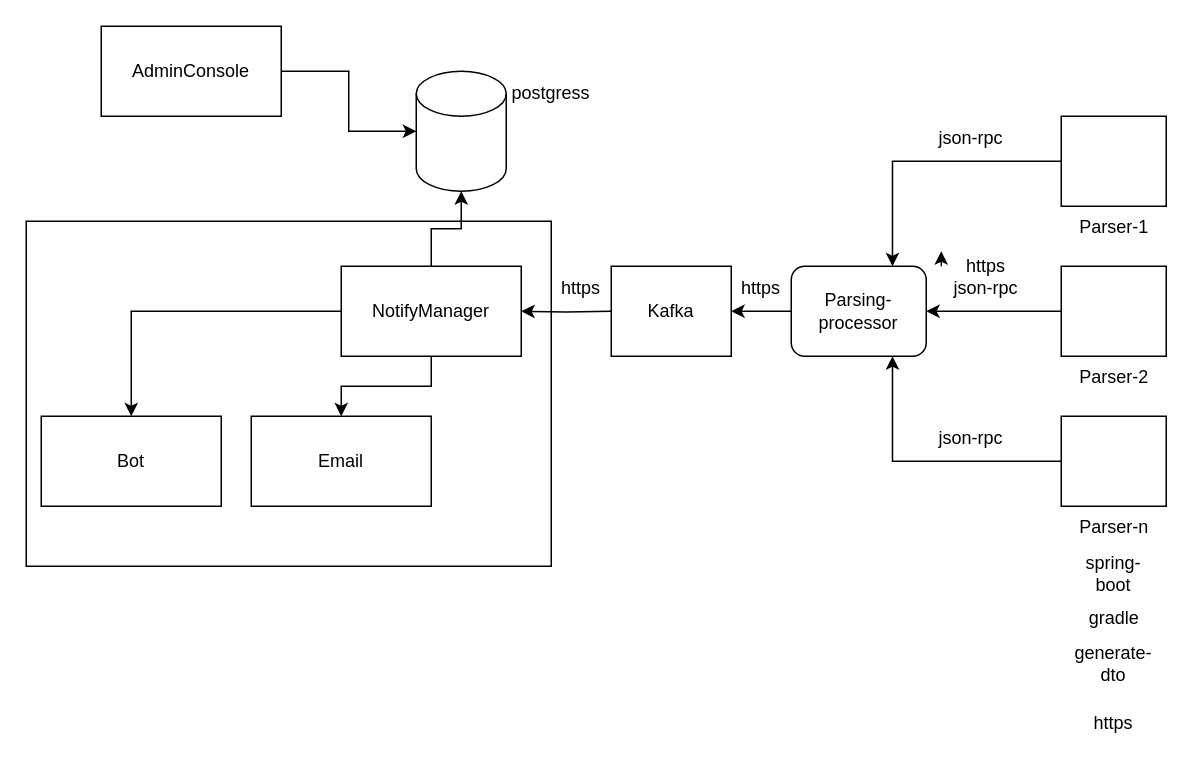
Before: details.drawio in VOsipenkov/Nuclear-bot-doc, a draw.io diagram. Source tidied: cells renumbered, new cells numbered last; positions are measured from the earlier drawing's top-left corner, leaving out a move shared by most shapes. Both pictures are drawn from the tidied source at 150%, with x=0, y=0 at pixel (26, 26).
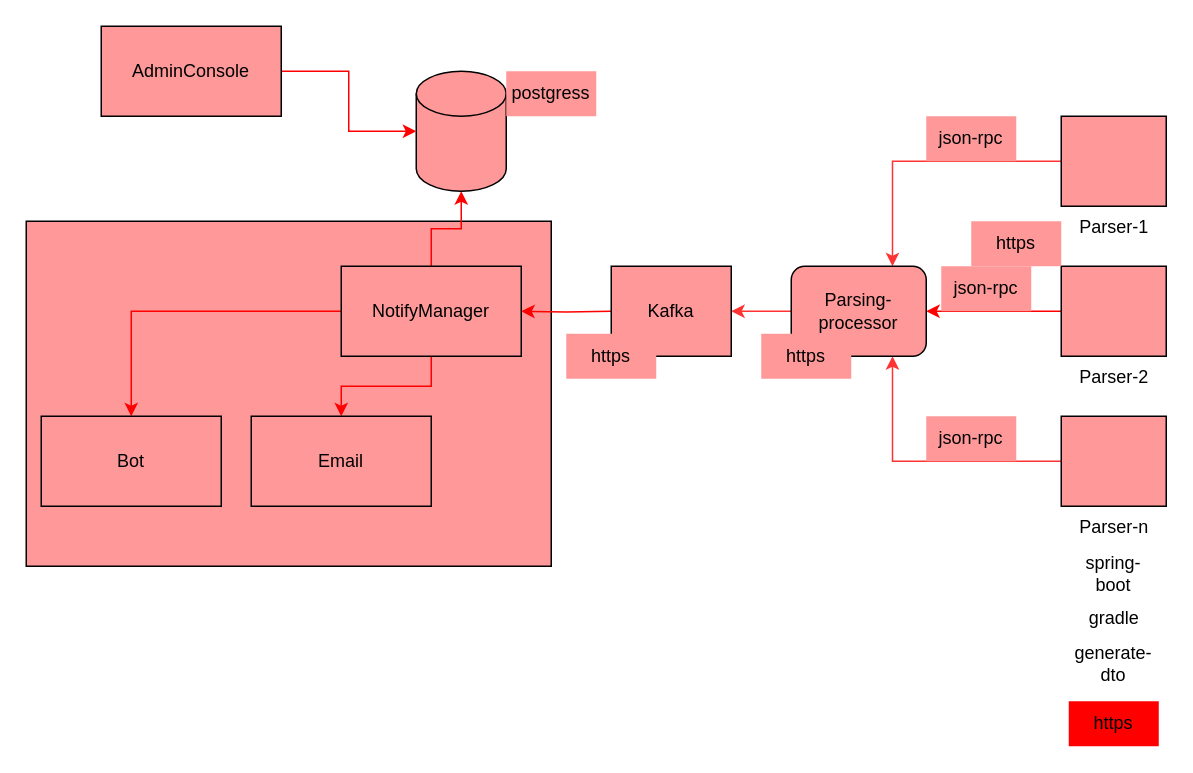
The same diagram, later.

Commit message:
Updated details diagram

What changed in the source:
```diff
@@
-    <mxCell id="2" style="rounded=0;whiteSpace=wrap;html=1;" parent="1" vertex="1">
+    <mxCell id="2" style="rounded=0;whiteSpace=wrap;html=1;fillColor=#FF9999;" parent="1" vertex="1">
       <mxGeometry y="130" width="350" height="230" as="geometry" />
     </mxCell>
-    <mxCell id="3" style="edgeStyle=orthogonalEdgeStyle;rounded=0;jettySize=auto;html=1;entryX=0.75;entryY=0;entryDx=0;entryDy=0;" parent="1" edge="1" source="4" target="11">
+    <mxCell id="3" style="edgeStyle=orthogonalEdgeStyle;rounded=0;jettySize=auto;html=1;entryX=0.75;entryY=0;entryDx=0;entryDy=0;fillColor=#FF9999;strokeColor=#FF3333;" parent="1" edge="1" source="4" target="11">
       <mxGeometry relative="1" as="geometry" />
     </mxCell>
-    <mxCell id="4" value="Parser-1" style="verticalLabelPosition=bottom;verticalAlign=top;html=1;shape=mxgraph.basic.rect;fillColor2=none;strokeWidth=1;size=20;indent=5;" parent="1" vertex="1">
+    <mxCell id="4" value="Parser-1" style="verticalLabelPosition=bottom;verticalAlign=top;html=1;shape=mxgraph.basic.rect;fillColor2=none;strokeWidth=1;size=20;indent=5;fillColor=#FF9999;" parent="1" vertex="1">
       <mxGeometry x="690" y="60" width="70" height="60" as="geometry" />
     </mxCell>
-    <mxCell id="5" style="edgeStyle=orthogonalEdgeStyle;rounded=0;jettySize=auto;html=1;entryX=1;entryY=0.5;entryDx=0;entryDy=0;" parent="1" edge="1" source="6" target="11">
+    <mxCell id="5" style="edgeStyle=orthogonalEdgeStyle;rounded=0;jettySize=auto;html=1;entryX=1;entryY=0.5;entryDx=0;entryDy=0;fillColor=#FF3333;strokeColor=#FF0000;" parent="1" edge="1" source="6" target="11">
       <mxGeometry relative="1" as="geometry" />
     </mxCell>
-    <mxCell id="6" value="Parser-2&lt;br&gt;" style="verticalLabelPosition=bottom;verticalAlign=top;html=1;shape=mxgraph.basic.rect;fillColor2=none;strokeWidth=1;size=20;indent=5;" parent="1" vertex="1">
+    <mxCell id="6" value="Parser-2&lt;br&gt;" style="verticalLabelPosition=bottom;verticalAlign=top;html=1;shape=mxgraph.basic.rect;fillColor2=none;strokeWidth=1;size=20;indent=5;fillColor=#FF9999;" parent="1" vertex="1">
       <mxGeometry x="690" y="160" width="70" height="60" as="geometry" />
     </mxCell>
-    <mxCell id="7" style="edgeStyle=orthogonalEdgeStyle;rounded=0;jettySize=auto;html=1;entryX=0.75;entryY=1;entryDx=0;entryDy=0;" parent="1" edge="1" source="8" target="11">
+    <mxCell id="7" style="edgeStyle=orthogonalEdgeStyle;rounded=0;jettySize=auto;html=1;entryX=0.75;entryY=1;entryDx=0;entryDy=0;fillColor=#FF0000;strokeColor=#FF3333;" parent="1" edge="1" source="8" target="11">
       <mxGeometry relative="1" as="geometry" />
     </mxCell>
-    <mxCell id="8" value="Parser-n" style="verticalLabelPosition=bottom;verticalAlign=top;html=1;shape=mxgraph.basic.rect;fillColor2=none;strokeWidth=1;size=20;indent=5;" parent="1" vertex="1">
+    <mxCell id="8" value="Parser-n" style="verticalLabelPosition=bottom;verticalAlign=top;html=1;shape=mxgraph.basic.rect;fillColor2=none;strokeWidth=1;size=20;indent=5;fillColor=#FF9999;" parent="1" vertex="1">
       <mxGeometry x="690" y="260" width="70" height="60" as="geometry" />
     </mxCell>
-    <mxCell id="9" style="edgeStyle=orthogonalEdgeStyle;rounded=0;jettySize=auto;html=1;entryX=1;entryY=0.5;entryDx=0;entryDy=0;" parent="1" edge="1" target="15">
+    <mxCell id="9" style="edgeStyle=orthogonalEdgeStyle;rounded=0;jettySize=auto;html=1;entryX=1;entryY=0.5;entryDx=0;entryDy=0;fillColor=#FF3333;strokeColor=#FF0000;" parent="1" edge="1" target="15">
       <mxGeometry relative="1" as="geometry">
         <mxPoint x="390" y="190" as="sourcePoint" />
       </mxGeometry>
     </mxCell>
-    <mxCell id="10" style="edgeStyle=orthogonalEdgeStyle;rounded=0;jettySize=auto;html=1;entryX=1;entryY=0.5;entryDx=0;entryDy=0;" parent="1" edge="1" source="11" target="27">
+    <mxCell id="10" style="edgeStyle=orthogonalEdgeStyle;rounded=0;jettySize=auto;html=1;entryX=1;entryY=0.5;entryDx=0;entryDy=0;fillColor=#FF3333;strokeColor=#FF3333;" parent="1" edge="1" source="11" target="27">
       <mxGeometry relative="1" as="geometry" />
     </mxCell>
-    <mxCell id="11" value="Parsing-processor" style="rounded=1;whiteSpace=wrap;html=1;" parent="1" vertex="1">
+    <mxCell id="11" value="Parsing-processor" style="rounded=1;whiteSpace=wrap;html=1;fillColor=#FF9999;" parent="1" vertex="1">
       <mxGeometry x="510" y="160" width="90" height="60" as="geometry" />
     </mxCell>
-    <mxCell id="12" style="edgeStyle=orthogonalEdgeStyle;rounded=0;jettySize=auto;html=1;exitX=0.5;exitY=0;exitDx=0;exitDy=0;entryX=0.5;entryY=1;entryDx=0;entryDy=0;entryPerimeter=0;" parent="1" edge="1" source="15" target="18">
+    <mxCell id="12" style="edgeStyle=orthogonalEdgeStyle;rounded=0;jettySize=auto;html=1;exitX=0.5;exitY=0;exitDx=0;exitDy=0;entryX=0.5;entryY=1;entryDx=0;entryDy=0;entryPerimeter=0;fillColor=#FF3333;strokeColor=#FF0000;" parent="1" edge="1" source="15" target="18">
       <mxGeometry relative="1" as="geometry" />
     </mxCell>
-    <mxCell id="13" style="edgeStyle=orthogonalEdgeStyle;rounded=0;jettySize=auto;html=1;exitX=0.5;exitY=1;exitDx=0;exitDy=0;" parent="1" edge="1" source="15" target="17">
+    <mxCell id="13" style="edgeStyle=orthogonalEdgeStyle;rounded=0;jettySize=auto;html=1;exitX=0.5;exitY=1;exitDx=0;exitDy=0;fillColor=#FF3333;strokeColor=#FF0000;" parent="1" edge="1" source="15" target="17">
       <mxGeometry relative="1" as="geometry" />
     </mxCell>
-    <mxCell id="14" style="edgeStyle=orthogonalEdgeStyle;rounded=0;jettySize=auto;html=1;exitX=0;exitY=0.5;exitDx=0;exitDy=0;entryX=0.5;entryY=0;entryDx=0;entryDy=0;" parent="1" edge="1" source="15" target="16">
+    <mxCell id="14" style="edgeStyle=orthogonalEdgeStyle;rounded=0;jettySize=auto;html=1;exitX=0;exitY=0.5;exitDx=0;exitDy=0;entryX=0.5;entryY=0;entryDx=0;entryDy=0;fillColor=#FF3333;strokeColor=#FF0000;" parent="1" edge="1" source="15" target="16">
       <mxGeometry relative="1" as="geometry" />
     </mxCell>
-    <mxCell id="15" value="NotifyManager" style="rounded=0;whiteSpace=wrap;html=1;" parent="1" vertex="1">
+    <mxCell id="15" value="NotifyManager" style="rounded=0;whiteSpace=wrap;html=1;fillColor=#FF9999;" parent="1" vertex="1">
       <mxGeometry x="210" y="160" width="120" height="60" as="geometry" />
     </mxCell>
-    <mxCell id="16" value="Bot" style="rounded=0;whiteSpace=wrap;html=1;" parent="1" vertex="1">
+    <mxCell id="16" value="Bot" style="rounded=0;whiteSpace=wrap;html=1;fillColor=#FF9999;" parent="1" vertex="1">
       <mxGeometry x="10" y="260" width="120" height="60" as="geometry" />
     </mxCell>
-    <mxCell id="17" value="Email" style="rounded=0;whiteSpace=wrap;html=1;" parent="1" vertex="1">
+    <mxCell id="17" value="Email" style="rounded=0;whiteSpace=wrap;html=1;fillColor=#FF9999;" parent="1" vertex="1">
       <mxGeometry x="150" y="260" width="120" height="60" as="geometry" />
     </mxCell>
-    <mxCell id="18" style="shape=cylinder3;whiteSpace=wrap;html=1;boundedLbl=1;backgroundOutline=1;size=15;" parent="1" vertex="1">
+    <mxCell id="18" style="shape=cylinder3;whiteSpace=wrap;html=1;boundedLbl=1;backgroundOutline=1;size=15;fillColor=#FF9999;" parent="1" vertex="1">
       <mxGeometry x="260" y="30" width="60" height="80" as="geometry" />
     </mxCell>
-    <mxCell id="19" value="json-rpc" style="text;html=1;strokeColor=none;fillColor=none;align=center;verticalAlign=middle;whiteSpace=wrap;rounded=0;" parent="1" vertex="1">
+    <mxCell id="19" value="json-rpc" style="text;html=1;strokeColor=none;fillColor=#FF9999;align=center;verticalAlign=middle;whiteSpace=wrap;rounded=0;" parent="1" vertex="1">
       <mxGeometry x="600" y="60" width="60" height="30" as="geometry" />
     </mxCell>
-    <mxCell id="20" style="edgeStyle=orthogonalEdgeStyle;rounded=0;jettySize=auto;html=1;exitX=0;exitY=0;exitDx=0;exitDy=0;" parent="1" edge="1" source="21">
-      <mxGeometry relative="1" as="geometry">
-        <mxPoint x="610" y="150" as="targetPoint" />
-      </mxGeometry>
-    </mxCell>
-    <mxCell id="21" value="json-rpc" style="text;html=1;strokeColor=none;fillColor=none;align=center;verticalAlign=middle;whiteSpace=wrap;rounded=0;" parent="1" vertex="1">
+    <mxCell id="21" value="json-rpc" style="text;html=1;strokeColor=none;fillColor=#FF9999;align=center;verticalAlign=middle;whiteSpace=wrap;rounded=0;" parent="1" vertex="1">
       <mxGeometry x="610" y="160" width="60" height="30" as="geometry" />
     </mxCell>
-    <mxCell id="22" value="json-rpc" style="text;html=1;strokeColor=none;fillColor=none;align=center;verticalAlign=middle;whiteSpace=wrap;rounded=0;" parent="1" vertex="1">
+    <mxCell id="22" value="json-rpc" style="text;html=1;strokeColor=none;fillColor=#FF9999;align=center;verticalAlign=middle;whiteSpace=wrap;rounded=0;" parent="1" vertex="1">
       <mxGeometry x="600" y="260" width="60" height="30" as="geometry" />
     </mxCell>
@@
-    <mxCell id="26" value="https" style="text;html=1;strokeColor=none;fillColor=none;align=center;verticalAlign=middle;whiteSpace=wrap;rounded=0;" parent="1" vertex="1">
+    <mxCell id="26" value="https" style="text;html=1;strokeColor=none;fillColor=#FF0000;align=center;verticalAlign=middle;whiteSpace=wrap;rounded=0;" parent="1" vertex="1">
       <mxGeometry x="695" y="450" width="60" height="30" as="geometry" />
     </mxCell>
-    <mxCell id="27" style="rounded=0;whiteSpace=wrap;html=1;" parent="1" vertex="1">
+    <mxCell id="27" style="rounded=0;whiteSpace=wrap;html=1;fillColor=#FF9999;" parent="1" vertex="1">
       <mxGeometry x="390" y="160" width="80" height="60" as="geometry" />
     </mxCell>
-    <mxCell id="28" value="Kafka" style="text;html=1;strokeColor=none;fillColor=none;align=center;verticalAlign=middle;whiteSpace=wrap;rounded=0;" parent="1" vertex="1">
+    <mxCell id="28" value="Kafka" style="text;html=1;strokeColor=none;fillColor=#FF9999;align=center;verticalAlign=middle;whiteSpace=wrap;rounded=0;" parent="1" vertex="1">
       <mxGeometry x="400" y="175" width="60" height="30" as="geometry" />
     </mxCell>
-    <mxCell id="29" value="https" style="text;html=1;strokeColor=none;fillColor=none;align=center;verticalAlign=middle;whiteSpace=wrap;rounded=0;" parent="1" vertex="1">
-      <mxGeometry x="460" y="160" width="60" height="30" as="geometry" />
+    <mxCell id="29" value="https" style="text;html=1;strokeColor=none;fillColor=#FF9999;align=center;verticalAlign=middle;whiteSpace=wrap;rounded=0;" parent="1" vertex="1">
+      <mxGeometry x="490" y="205" width="60" height="30" as="geometry" />
     </mxCell>
-    <mxCell id="30" value="https" style="text;html=1;strokeColor=none;fillColor=none;align=center;verticalAlign=middle;whiteSpace=wrap;rounded=0;" parent="1" vertex="1">
-      <mxGeometry x="610" y="145" width="60" height="30" as="geometry" />
+    <mxCell id="30" value="https" style="text;html=1;strokeColor=none;fillColor=#FF9999;align=center;verticalAlign=middle;whiteSpace=wrap;rounded=0;" parent="1" vertex="1">
+      <mxGeometry x="630" y="130" width="60" height="30" as="geometry" />
     </mxCell>
-    <mxCell id="31" value="https" style="text;html=1;strokeColor=none;fillColor=none;align=center;verticalAlign=middle;whiteSpace=wrap;rounded=0;" parent="1" vertex="1">
-      <mxGeometry x="340" y="160" width="60" height="30" as="geometry" />
+    <mxCell id="31" value="https" style="text;html=1;strokeColor=none;fillColor=#FF9999;align=center;verticalAlign=middle;whiteSpace=wrap;rounded=0;" parent="1" vertex="1">
+      <mxGeometry x="360" y="205" width="60" height="30" as="geometry" />
     </mxCell>
-    <mxCell id="32" style="edgeStyle=orthogonalEdgeStyle;rounded=0;jettySize=auto;html=1;entryX=0;entryY=0.5;entryDx=0;entryDy=0;entryPerimeter=0;" parent="1" edge="1" source="33" target="18">
+    <mxCell id="32" style="edgeStyle=orthogonalEdgeStyle;rounded=0;jettySize=auto;html=1;entryX=0;entryY=0.5;entryDx=0;entryDy=0;entryPerimeter=0;fillColor=#FF3333;strokeColor=#FF0000;" parent="1" edge="1" source="33" target="18">
       <mxGeometry relative="1" as="geometry" />
     </mxCell>
-    <mxCell id="33" value="AdminConsole" style="rounded=0;whiteSpace=wrap;html=1;" parent="1" vertex="1">
+    <mxCell id="33" value="AdminConsole" style="rounded=0;whiteSpace=wrap;html=1;fillColor=#FF9999;" parent="1" vertex="1">
       <mxGeometry x="50" width="120" height="60" as="geometry" />
     </mxCell>
-    <mxCell id="34" value="postgress" style="text;html=1;strokeColor=none;fillColor=none;align=center;verticalAlign=middle;whiteSpace=wrap;rounded=0;" parent="1" vertex="1">
+    <mxCell id="34" value="postgress" style="text;html=1;strokeColor=none;fillColor=#FF9999;align=center;verticalAlign=middle;whiteSpace=wrap;rounded=0;" parent="1" vertex="1">
       <mxGeometry x="320" y="30" width="60" height="30" as="geometry" />
     </mxCell>
```
